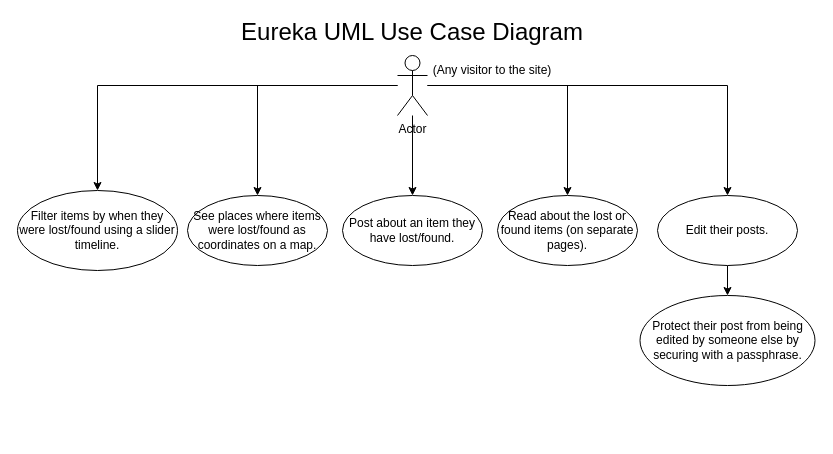
This is Eureka-UML-Use-Case-diagram.drawio from Ariel-Mutebi/Eureka, a draw.io file, before an edit. Source tidied: cells renumbered, new cells numbered last; positions are measured from the earlier drawing's top-left corner, leaving out a move shared by most shapes. Both pictures are drawn from the tidied source at 100%, with x=0, y=0 at pixel (17, 17).
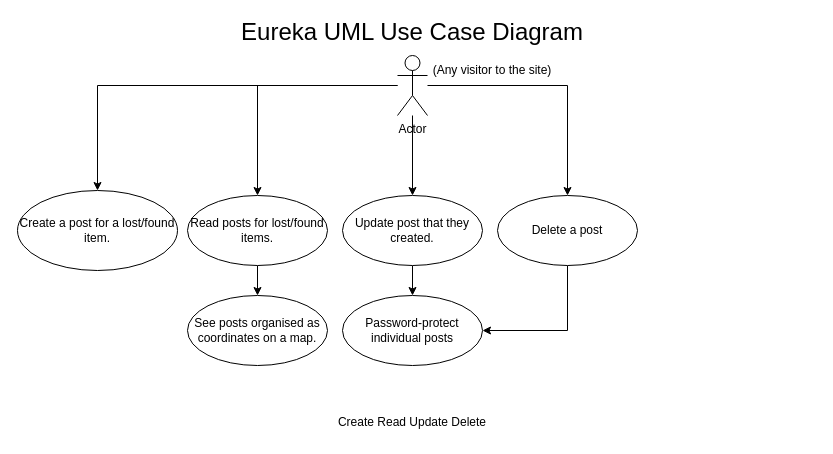
Above is the later version.

Commit message:
update use case diagram

The edit, as a diff of the source:
```diff
@@
 <mxGraphModel>
   <root>
     <mxCell id="0" />
     <mxCell id="1" parent="0" />
     <mxCell id="2" style="edgeStyle=orthogonalEdgeStyle;rounded=0;jettySize=auto;html=1;" parent="1" edge="1" source="7" target="8">
       <mxGeometry relative="1" as="geometry" />
     </mxCell>
     <mxCell id="3" style="edgeStyle=orthogonalEdgeStyle;rounded=0;jettySize=auto;html=1;entryX=0.5;entryY=0;entryDx=0;entryDy=0;" parent="1" edge="1" source="7" target="10">
       <mxGeometry relative="1" as="geometry" />
     </mxCell>
     <mxCell id="4" style="edgeStyle=orthogonalEdgeStyle;rounded=0;jettySize=auto;html=1;entryX=0.5;entryY=0;entryDx=0;entryDy=0;" parent="1" edge="1" source="7" target="11">
       <mxGeometry relative="1" as="geometry" />
     </mxCell>
-    <mxCell id="5" style="edgeStyle=orthogonalEdgeStyle;rounded=0;jettySize=auto;html=1;entryX=0.5;entryY=0;entryDx=0;entryDy=0;" parent="1" edge="1" source="7" target="13">
-      <mxGeometry relative="1" as="geometry" />
-    </mxCell>
     <mxCell id="6" style="edgeStyle=orthogonalEdgeStyle;rounded=0;jettySize=auto;html=1;entryX=0.5;entryY=0;entryDx=0;entryDy=0;" parent="1" edge="1" source="7" target="15">
       <mxGeometry relative="1" as="geometry" />
     </mxCell>
     <mxCell id="7" value="Actor" style="shape=umlActor;verticalLabelPosition=bottom;verticalAlign=top;html=1;outlineConnect=0;" parent="1" vertex="1">
       <mxGeometry x="380" y="38" width="30" height="60" as="geometry" />
     </mxCell>
+    <mxCell id="17" style="edgeStyle=orthogonalEdgeStyle;rounded=0;jettySize=auto;html=1;" parent="1" edge="1" source="8" target="21">
+      <mxGeometry relative="1" as="geometry" />
+    </mxCell>
-    <mxCell id="8" value="Post about an item they have lost/found." style="ellipse;whiteSpace=wrap;html=1;" parent="1" vertex="1">
+    <mxCell id="8" value="Update post that they created." style="ellipse;whiteSpace=wrap;html=1;" parent="1" vertex="1">
       <mxGeometry x="325" y="178" width="140" height="70" as="geometry" />
     </mxCell>
     <mxCell id="9" value="(Any visitor to the site)" style="text;html=1;align=center;verticalAlign=middle;whiteSpace=wrap;rounded=0;" parent="1" vertex="1">
       <mxGeometry x="410" y="38" width="130" height="30" as="geometry" />
     </mxCell>
+    <mxCell id="18" style="edgeStyle=orthogonalEdgeStyle;rounded=0;jettySize=auto;html=1;entryX=1;entryY=0.5;entryDx=0;entryDy=0;exitX=0.5;exitY=1;exitDx=0;exitDy=0;" parent="1" edge="1" source="10" target="21">
+      <mxGeometry relative="1" as="geometry" />
+    </mxCell>
-    <mxCell id="10" value="Read about the lost or found items (on separate pages)." style="ellipse;whiteSpace=wrap;html=1;" parent="1" vertex="1">
+    <mxCell id="10" value="Delete a post" style="ellipse;whiteSpace=wrap;html=1;" parent="1" vertex="1">
       <mxGeometry x="480" y="178" width="140" height="70" as="geometry" />
     </mxCell>
+    <mxCell id="19" style="edgeStyle=orthogonalEdgeStyle;rounded=0;jettySize=auto;html=1;exitX=0.5;exitY=1;exitDx=0;exitDy=0;entryX=0.5;entryY=0;entryDx=0;entryDy=0;" parent="1" edge="1" source="11" target="20">
+      <mxGeometry relative="1" as="geometry" />
+    </mxCell>
-    <mxCell id="11" value="See places where items were lost/found as coordinates on a map." style="ellipse;whiteSpace=wrap;html=1;" parent="1" vertex="1">
+    <mxCell id="11" value="Read posts for lost/found items." style="ellipse;whiteSpace=wrap;html=1;" parent="1" vertex="1">
       <mxGeometry x="170" y="178" width="140" height="70" as="geometry" />
     </mxCell>
-    <mxCell id="12" style="edgeStyle=orthogonalEdgeStyle;rounded=0;jettySize=auto;html=1;" parent="1" edge="1" source="13" target="14">
-      <mxGeometry relative="1" as="geometry" />
-    </mxCell>
-    <mxCell id="13" value="Edit their posts." style="ellipse;whiteSpace=wrap;html=1;" parent="1" vertex="1">
-      <mxGeometry x="640" y="178" width="140" height="70" as="geometry" />
-    </mxCell>
-    <mxCell id="14" value="Protect their post from being edited by someone else by securing with a passphrase." style="ellipse;whiteSpace=wrap;html=1;" parent="1" vertex="1">
-      <mxGeometry x="622.5" y="278" width="175" height="90" as="geometry" />
-    </mxCell>
-    <mxCell id="15" value="Filter items by when they were lost/found using a slider timeline." style="ellipse;whiteSpace=wrap;html=1;" parent="1" vertex="1">
+    <mxCell id="15" value="Create a post for a lost/found item." style="ellipse;whiteSpace=wrap;html=1;" parent="1" vertex="1">
       <mxGeometry y="173" width="160" height="80" as="geometry" />
     </mxCell>
     <mxCell id="16" value="&lt;font style=&quot;font-size: 24px;&quot;&gt;Eureka UML Use Case Diagram&lt;/font&gt;" style="text;html=1;align=center;verticalAlign=middle;whiteSpace=wrap;rounded=0;" parent="1" vertex="1">
       <mxGeometry x="220" width="350" height="30" as="geometry" />
     </mxCell>
+    <mxCell id="20" value="See posts organised as coordinates on a map." style="ellipse;whiteSpace=wrap;html=1;" parent="1" vertex="1">
+      <mxGeometry x="170" y="278" width="140" height="70" as="geometry" />
+    </mxCell>
+    <mxCell id="21" value="Password-protect individual posts" style="ellipse;whiteSpace=wrap;html=1;" parent="1" vertex="1">
+      <mxGeometry x="325" y="278" width="140" height="70" as="geometry" />
+    </mxCell>
+    <mxCell id="22" value="Create Read Update Delete" style="text;html=1;align=center;verticalAlign=middle;whiteSpace=wrap;rounded=0;" parent="1" vertex="1">
+      <mxGeometry x="310" y="390" width="170" height="30" as="geometry" />
+    </mxCell>
   </root>
 </mxGraphModel>
```
